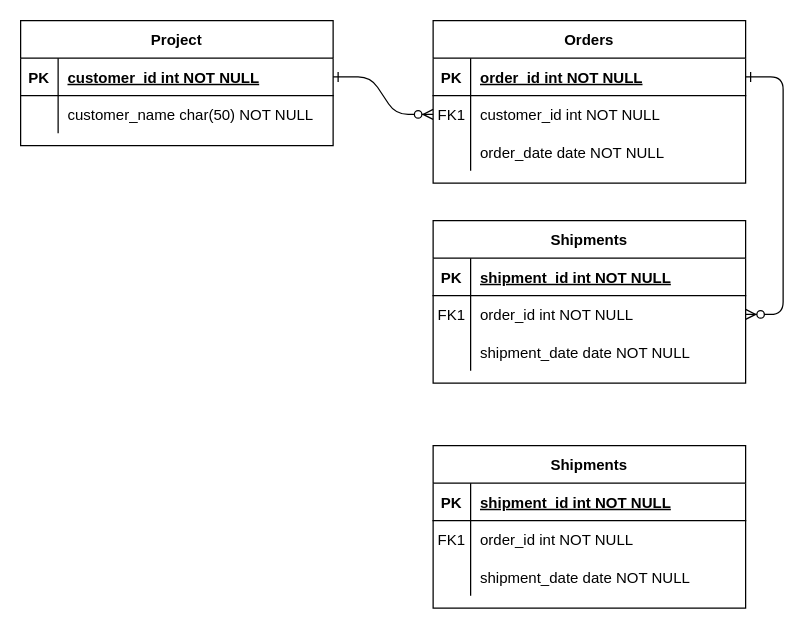
Earlier version of the draw.io diagram Untitled Diagram.drawio (girlsgotech/Fullstack). Source tidied: cells renumbered, new cells numbered last; positions are measured from the earlier drawing's top-left corner, leaving out a move shared by most shapes. Both pictures are drawn from the tidied source at 125%, with x=0, y=0 at pixel (20, 20).
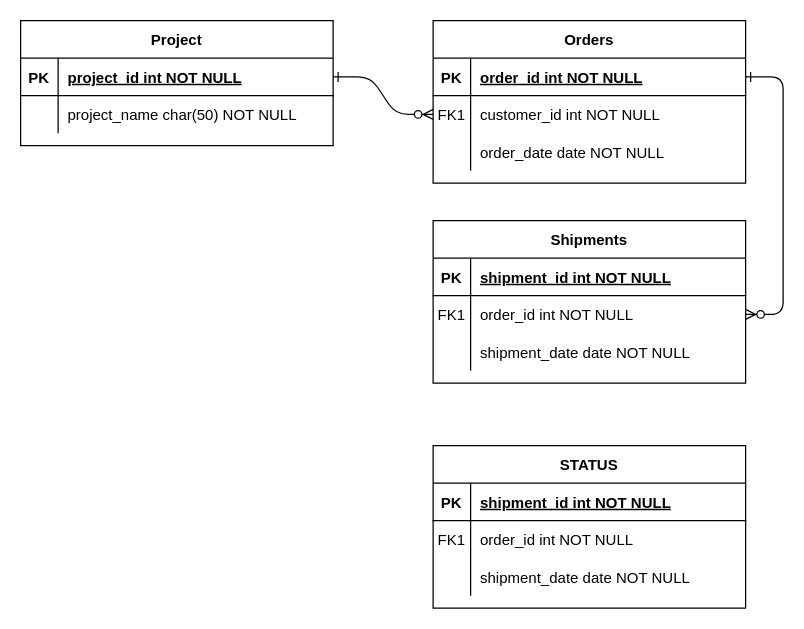
The same page after the edit.

Commit message:
ProjectManagement_App

Unchanged cells that the change refers to:
```xml
<mxCell id="25" style="shape=partialRectangle;fillColor=none;points=[[0,0.5],[1,0.5]];portConstraint=eastwest;top=0;left=0;right=0;bottom=1;" parent="24" vertex="1">
  <mxGeometry y="30" width="250" height="30" as="geometry" />
</mxCell>
<mxCell id="28" style="shape=partialRectangle;fillColor=none;top=0;left=0;right=0;bottom=0;" parent="24" vertex="1">
  <mxGeometry y="60" width="250" height="30" as="geometry" />
</mxCell>
```

Change to the diagram source:
```diff
@@
-    <mxCell id="27" value="customer_id int NOT NULL " style="shape=partialRectangle;overflow=hidden;fillColor=none;top=0;left=0;bottom=0;right=0;align=left;spacingLeft=6;fontStyle=5;" parent="25" vertex="1">
+    <mxCell id="27" value="project_id int NOT NULL " style="shape=partialRectangle;overflow=hidden;fillColor=none;top=0;left=0;bottom=0;right=0;align=left;spacingLeft=6;fontStyle=5;" parent="25" vertex="1">
       <mxGeometry x="30" width="220" height="30" as="geometry" />
     </mxCell>
@@
-    <mxCell id="30" value="customer_name char(50) NOT NULL" style="shape=partialRectangle;overflow=hidden;fillColor=none;top=0;left=0;bottom=0;right=0;align=left;spacingLeft=6;" parent="28" vertex="1">
+    <mxCell id="30" value="project_name char(50) NOT NULL" style="shape=partialRectangle;overflow=hidden;fillColor=none;top=0;left=0;bottom=0;right=0;align=left;spacingLeft=6;" parent="28" vertex="1">
       <mxGeometry x="30" width="220" height="30" as="geometry" />
     </mxCell>
-    <mxCell id="31" value="Shipments" style="shape=table;startSize=30;childLayout=tableLayout;rowLines=0;fontStyle=1;align=center;" parent="1" vertex="1">
+    <mxCell id="31" value="STATUS" style="shape=table;startSize=30;childLayout=tableLayout;rowLines=0;fontStyle=1;align=center;" parent="1" vertex="1">
       <mxGeometry x="330" y="340" width="250" height="130" as="geometry" />
     </mxCell>
```
